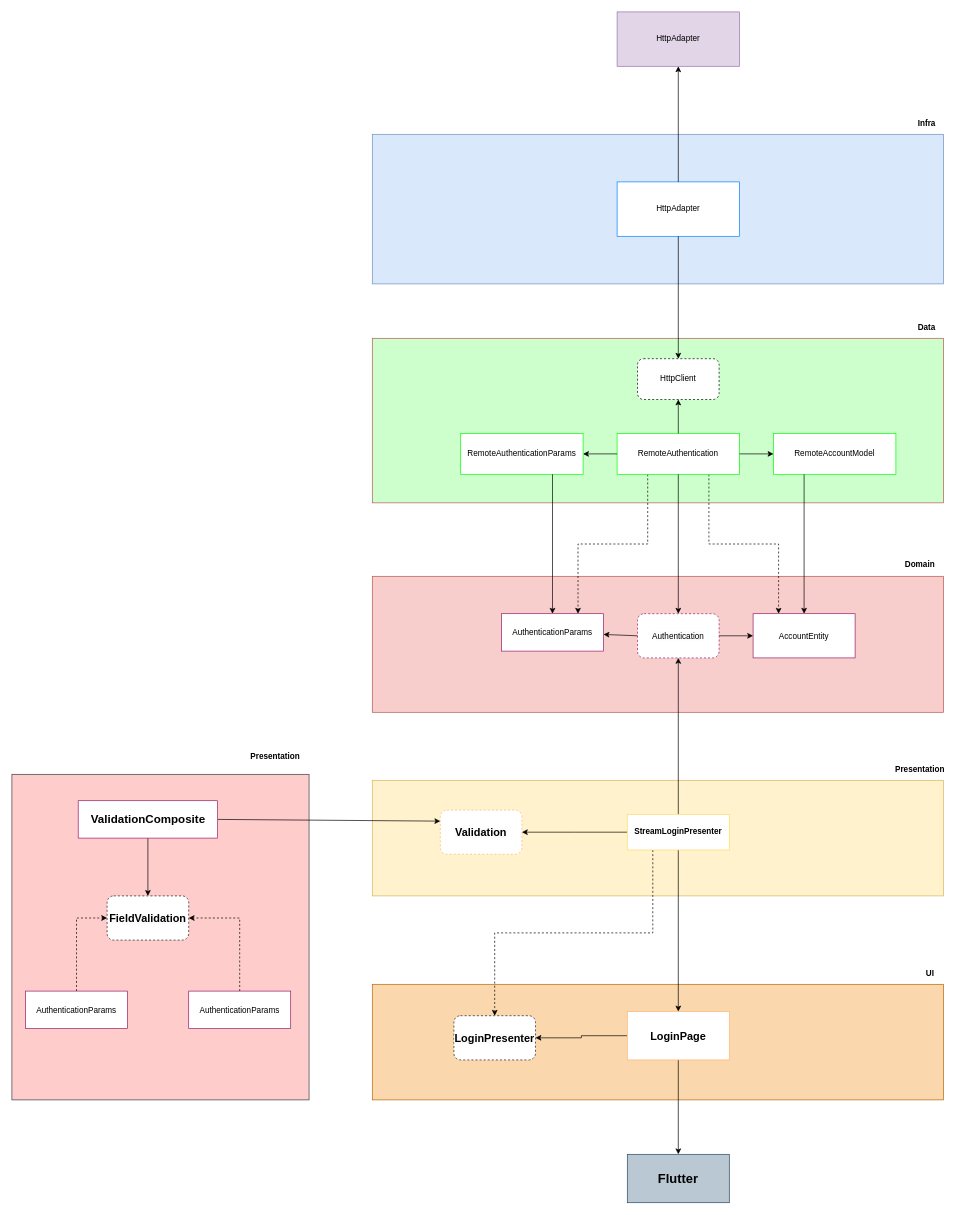
PedroMerinoDev/tattoo_manager keeps this draw.io diagram as requirements/Arquitetura TattooManager.drawio. Above is the earlier version. Source tidied: cells renumbered, new cells numbered last; positions are measured from the earlier drawing's top-left corner, leaving out a move shared by most shapes. Both pictures are drawn from the tidied source at 68%, with x=0, y=0 at pixel (12, 12).
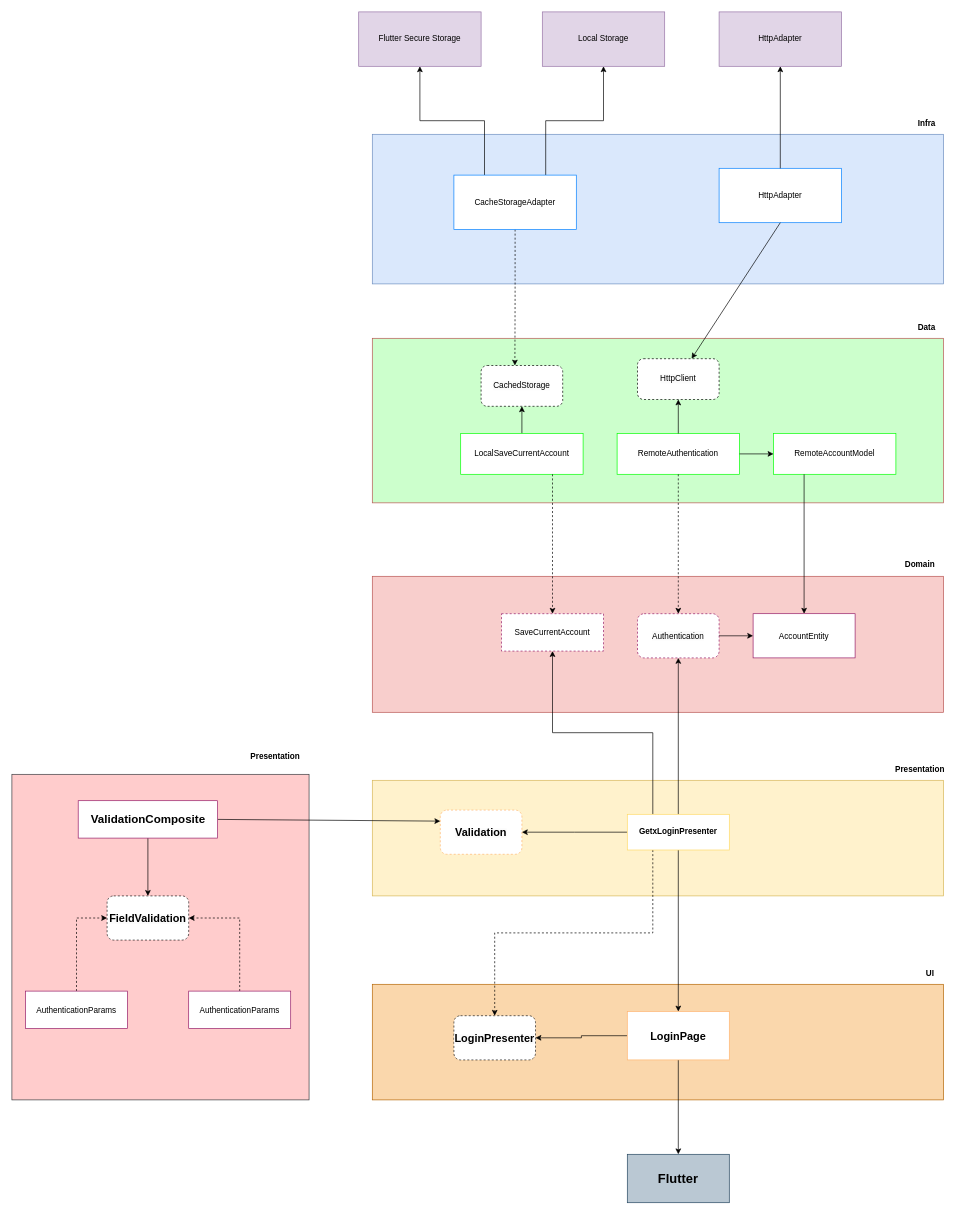
The same page after the edit.

Commit message:
Atualizado Cache

Unchanged cells that the change refers to:
```xml
<mxCell id="4" value="AccountEntity" style="rounded=0;whiteSpace=wrap;html=1;strokeColor=#941967;" parent="1" vertex="1">
  <mxGeometry x="1090" y="885" width="150" height="65" as="geometry" />
</mxCell>
<mxCell id="5" value="&lt;span style=&quot;color: rgb(0, 0, 0); font-family: Helvetica; font-size: 12px; font-style: normal; font-variant-ligatures: normal; font-variant-caps: normal; font-weight: 400; letter-spacing: normal; orphans: 2; text-align: center; text-indent: 0px; text-transform: none; widows: 2; word-spacing: 0px; -webkit-text-stroke-width: 0px; background-color: rgb(251, 251, 251); text-decoration-thickness: initial; text-decoration-style: initial; text-decoration-color: initial; float: none; display: inline !important;&quot;&gt;Authentication&lt;/span&gt;" style="rounded=1;whiteSpace=wrap;html=1;dashed=1;strokeColor=#941967;" parent="1" vertex="1">
  <mxGeometry x="920" y="885" width="120" height="65" as="geometry" />
</mxCell>
<mxCell id="15" value="RemoteAuthentication" style="rounded=0;whiteSpace=wrap;html=1;strokeColor=#00FF00;" parent="1" vertex="1">
  <mxGeometry x="890" y="620" width="180" height="60" as="geometry" />
</mxCell>
```

What changed in the source:
```diff
@@
-    <mxCell id="3" value="AuthenticationParams" style="rounded=0;whiteSpace=wrap;html=1;strokeColor=#941967;" parent="1" vertex="1">
+    <mxCell id="3" value="SaveCurrentAccount" style="rounded=0;whiteSpace=wrap;html=1;strokeColor=#941967;dashed=1;" parent="1" vertex="1">
       <mxGeometry x="720" y="885" width="150" height="55" as="geometry" />
     </mxCell>
@@
-    <mxCell id="6" style="endArrow=classic;html=1;rounded=0;exitX=0;exitY=0.5;exitDx=0;exitDy=0;" parent="1" edge="1" source="5" target="3">
-      <mxGeometry relative="1" as="geometry" />
-    </mxCell>
@@
+    <mxCell id="54" style="edgeStyle=orthogonalEdgeStyle;rounded=0;jettySize=auto;html=1;entryX=0.5;entryY=1;entryDx=0;entryDy=0;" parent="1" edge="1" source="10" target="56">
+      <mxGeometry relative="1" as="geometry" />
+    </mxCell>
-    <mxCell id="10" value="RemoteAuthenticationParams" style="rounded=0;whiteSpace=wrap;html=1;strokeColor=#00FF00;" parent="1" vertex="1">
+    <mxCell id="10" value="LocalSaveCurrentAccount" style="rounded=0;whiteSpace=wrap;html=1;strokeColor=#00FF00;" parent="1" vertex="1">
       <mxGeometry x="660" y="620" width="180" height="60" as="geometry" />
     </mxCell>
@@
-    <mxCell id="13" style="edgeStyle=orthogonalEdgeStyle;rounded=0;jettySize=auto;html=1;exitX=0.25;exitY=1;exitDx=0;exitDy=0;entryX=0.75;entryY=0;entryDx=0;entryDy=0;dashed=1;" parent="1" edge="1" source="15" target="3">
-      <mxGeometry relative="1" as="geometry" />
-    </mxCell>
-    <mxCell id="14" style="edgeStyle=orthogonalEdgeStyle;rounded=0;jettySize=auto;html=1;exitX=0.75;exitY=1;exitDx=0;exitDy=0;entryX=0.25;entryY=0;entryDx=0;entryDy=0;dashed=1;" parent="1" edge="1" source="15" target="4">
-      <mxGeometry relative="1" as="geometry" />
-    </mxCell>
@@
-    <mxCell id="17" style="endArrow=classic;html=1;rounded=0;exitX=0;exitY=0.5;exitDx=0;exitDy=0;entryX=1;entryY=0.5;entryDx=0;entryDy=0;" parent="1" edge="1" source="15" target="10">
-      <mxGeometry relative="1" as="geometry" />
-    </mxCell>
@@
-    <mxCell id="20" style="endArrow=classic;html=1;rounded=0;exitX=0.75;exitY=1;exitDx=0;exitDy=0;" parent="1" edge="1" source="10" target="3">
+    <mxCell id="20" style="endArrow=classic;html=1;rounded=0;exitX=0.75;exitY=1;exitDx=0;exitDy=0;dashed=1;" parent="1" edge="1" source="10" target="3">
       <mxGeometry relative="1" as="geometry" />
     </mxCell>
-    <mxCell id="21" style="endArrow=classic;html=1;rounded=0;exitX=0.5;exitY=1;exitDx=0;exitDy=0;" parent="1" edge="1" source="15" target="5">
+    <mxCell id="21" style="endArrow=classic;html=1;rounded=0;exitX=0.5;exitY=1;exitDx=0;exitDy=0;dashed=1;" parent="1" edge="1" source="15" target="5">
       <mxGeometry relative="1" as="geometry" />
     </mxCell>
@@
     <mxCell id="25" value="HttpAdapter" style="rounded=0;whiteSpace=wrap;html=1;strokeColor=#007FFF;" parent="1" vertex="1">
-      <mxGeometry x="890" y="250" width="180" height="80" as="geometry" />
+      <mxGeometry x="1040" y="230" width="180" height="80" as="geometry" />
     </mxCell>
     <mxCell id="26" value="HttpAdapter" style="rounded=0;whiteSpace=wrap;html=1;strokeColor=#9673a6;fillColor=#e1d5e7;" parent="1" vertex="1">
-      <mxGeometry x="890" width="180" height="80" as="geometry" />
+      <mxGeometry x="1040" width="180" height="80" as="geometry" />
     </mxCell>
@@
+    <mxCell id="55" style="edgeStyle=orthogonalEdgeStyle;rounded=0;jettySize=auto;html=1;exitX=0.25;exitY=0;exitDx=0;exitDy=0;entryX=0.5;entryY=1;entryDx=0;entryDy=0;" parent="1" edge="1" source="38" target="3">
+      <mxGeometry relative="1" as="geometry" />
+    </mxCell>
-    <mxCell id="38" value="&lt;b&gt;StreamLoginPresenter&lt;br&gt;&lt;/b&gt;" style="rounded=0;whiteSpace=wrap;html=1;strokeColor=#FFD966;" parent="1" vertex="1">
+    <mxCell id="38" value="&lt;b&gt;GetxLoginPresenter&lt;br&gt;&lt;/b&gt;" style="rounded=0;whiteSpace=wrap;html=1;strokeColor=#FFD966;" parent="1" vertex="1">
       <mxGeometry x="905" y="1180" width="150" height="52.5" as="geometry" />
     </mxCell>
@@
+    <mxCell id="56" value="&lt;span style=&quot;color: rgb(0, 0, 0); font-family: Helvetica; font-size: 12px; font-style: normal; font-variant-ligatures: normal; font-variant-caps: normal; font-weight: 400; letter-spacing: normal; orphans: 2; text-align: center; text-indent: 0px; text-transform: none; widows: 2; word-spacing: 0px; -webkit-text-stroke-width: 0px; background-color: rgb(251, 251, 251); text-decoration-thickness: initial; text-decoration-style: initial; text-decoration-color: initial; float: none; display: inline !important;&quot;&gt;CachedStorage&lt;/span&gt;" style="rounded=1;whiteSpace=wrap;html=1;dashed=1;" parent="1" vertex="1">
+      <mxGeometry x="690" y="520" width="120" height="60" as="geometry" />
+    </mxCell>
+    <mxCell id="57" style="edgeStyle=orthogonalEdgeStyle;rounded=0;jettySize=auto;html=1;exitX=0.5;exitY=1;exitDx=0;exitDy=0;entryX=0.414;entryY=0;entryDx=0;entryDy=0;entryPerimeter=0;dashed=1;" parent="1" edge="1" source="60" target="56">
+      <mxGeometry relative="1" as="geometry" />
+    </mxCell>
+    <mxCell id="58" style="edgeStyle=orthogonalEdgeStyle;rounded=0;jettySize=auto;html=1;exitX=0.25;exitY=0;exitDx=0;exitDy=0;entryX=0.5;entryY=1;entryDx=0;entryDy=0;" parent="1" edge="1" source="60" target="62">
+      <mxGeometry relative="1" as="geometry" />
+    </mxCell>
+    <mxCell id="59" style="edgeStyle=orthogonalEdgeStyle;rounded=0;jettySize=auto;html=1;exitX=0.75;exitY=0;exitDx=0;exitDy=0;" parent="1" edge="1" source="60" target="61">
+      <mxGeometry relative="1" as="geometry" />
+    </mxCell>
+    <mxCell id="60" value="CacheStorageAdapter" style="rounded=0;whiteSpace=wrap;html=1;strokeColor=#007FFF;" parent="1" vertex="1">
+      <mxGeometry x="650" y="240" width="180" height="80" as="geometry" />
+    </mxCell>
+    <mxCell id="61" value="Local Storage" style="rounded=0;whiteSpace=wrap;html=1;strokeColor=#9673a6;fillColor=#e1d5e7;" parent="1" vertex="1">
+      <mxGeometry x="780" width="180" height="80" as="geometry" />
+    </mxCell>
+    <mxCell id="62" value="Flutter Secure Storage" style="rounded=0;whiteSpace=wrap;html=1;strokeColor=#9673a6;fillColor=#e1d5e7;" parent="1" vertex="1">
+      <mxGeometry x="510" width="180" height="80" as="geometry" />
+    </mxCell>
```
